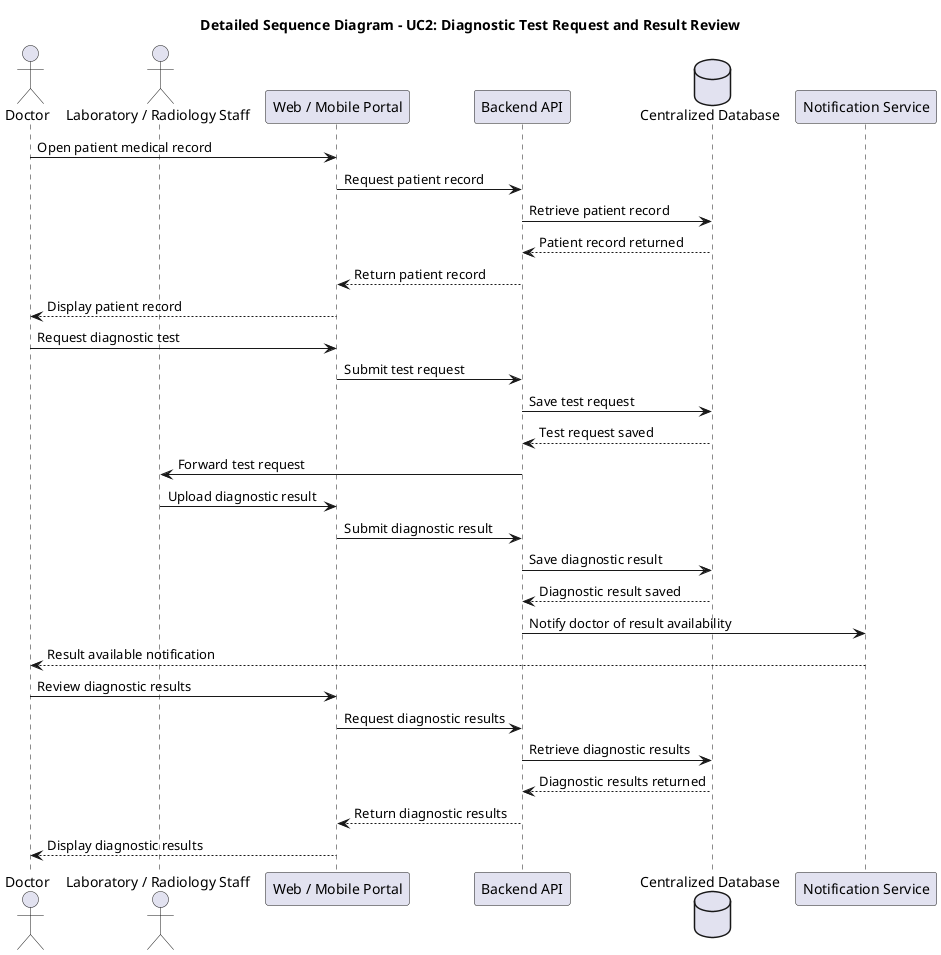
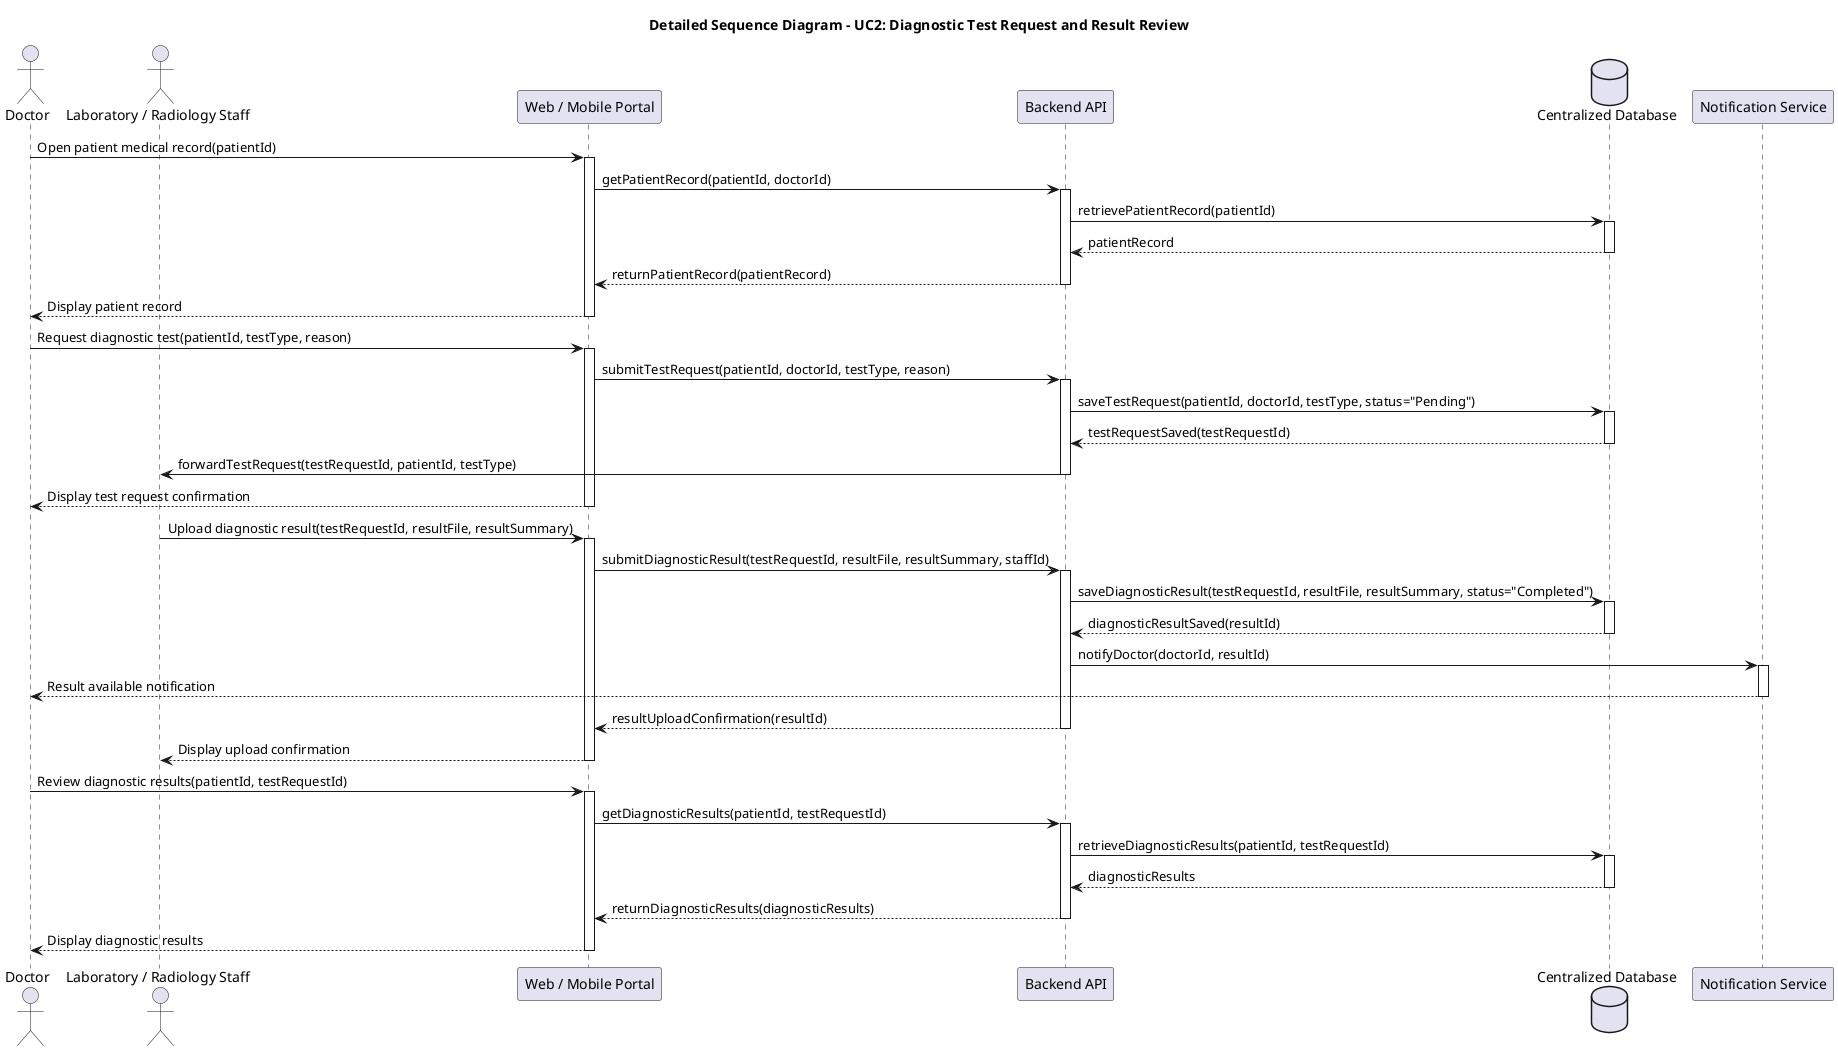
@startuml
title Detailed Sequence Diagram - UC2: Diagnostic Test Request and Result Review

actor Doctor as doctor
actor "Laboratory / Radiology Staff" as dept
participant "Web / Mobile Portal" as portal
participant "Backend API" as api
database "Centralized Database" as db
participant "Notification Service" as notif

- doctor -> portal : Open patient medical record
- portal -> api : Request patient record
- api -> db : Retrieve patient record
- db --> api : Patient record returned
- api --> portal : Return patient record
+ doctor -> portal : Open patient medical record(patientId)
+ activate portal
+ 
+ portal -> api : getPatientRecord(patientId, doctorId)
+ activate api
+ 
+ api -> db : retrievePatientRecord(patientId)
+ activate db
+ db --> api : patientRecord
+ deactivate db
+ 
+ api --> portal : returnPatientRecord(patientRecord)
+ deactivate api
+ 
portal --> doctor : Display patient record
+ deactivate portal

- doctor -> portal : Request diagnostic test
- portal -> api : Submit test request
- api -> db : Save test request
- db --> api : Test request saved
- api -> dept : Forward test request
+ doctor -> portal : Request diagnostic test(patientId, testType, reason)
+ activate portal

- dept -> portal : Upload diagnostic result
- portal -> api : Submit diagnostic result
- api -> db : Save diagnostic result
- db --> api : Diagnostic result saved
+ portal -> api : submitTestRequest(patientId, doctorId, testType, reason)
+ activate api

- api -> notif : Notify doctor of result availability
+ api -> db : saveTestRequest(patientId, doctorId, testType, status="Pending")
+ activate db
+ db --> api : testRequestSaved(testRequestId)
+ deactivate db
+ 
+ api -> dept : forwardTestRequest(testRequestId, patientId, testType)
+ deactivate api
+ 
+ portal --> doctor : Display test request confirmation
+ deactivate portal
+ 
+ dept -> portal : Upload diagnostic result(testRequestId, resultFile, resultSummary)
+ activate portal
+ 
+ portal -> api : submitDiagnosticResult(testRequestId, resultFile, resultSummary, staffId)
+ activate api
+ 
+ api -> db : saveDiagnosticResult(testRequestId, resultFile, resultSummary, status="Completed")
+ activate db
+ db --> api : diagnosticResultSaved(resultId)
+ deactivate db
+ 
+ api -> notif : notifyDoctor(doctorId, resultId)
+ activate notif
notif --> doctor : Result available notification
+ deactivate notif

- doctor -> portal : Review diagnostic results
- portal -> api : Request diagnostic results
- api -> db : Retrieve diagnostic results
- db --> api : Diagnostic results returned
- api --> portal : Return diagnostic results
+ api --> portal : resultUploadConfirmation(resultId)
+ deactivate api
+ 
+ portal --> dept : Display upload confirmation
+ deactivate portal
+ 
+ doctor -> portal : Review diagnostic results(patientId, testRequestId)
+ activate portal
+ 
+ portal -> api : getDiagnosticResults(patientId, testRequestId)
+ activate api
+ 
+ api -> db : retrieveDiagnosticResults(patientId, testRequestId)
+ activate db
+ db --> api : diagnosticResults
+ deactivate db
+ 
+ api --> portal : returnDiagnosticResults(diagnosticResults)
+ deactivate api
+ 
portal --> doctor : Display diagnostic results
+ deactivate portal

@enduml